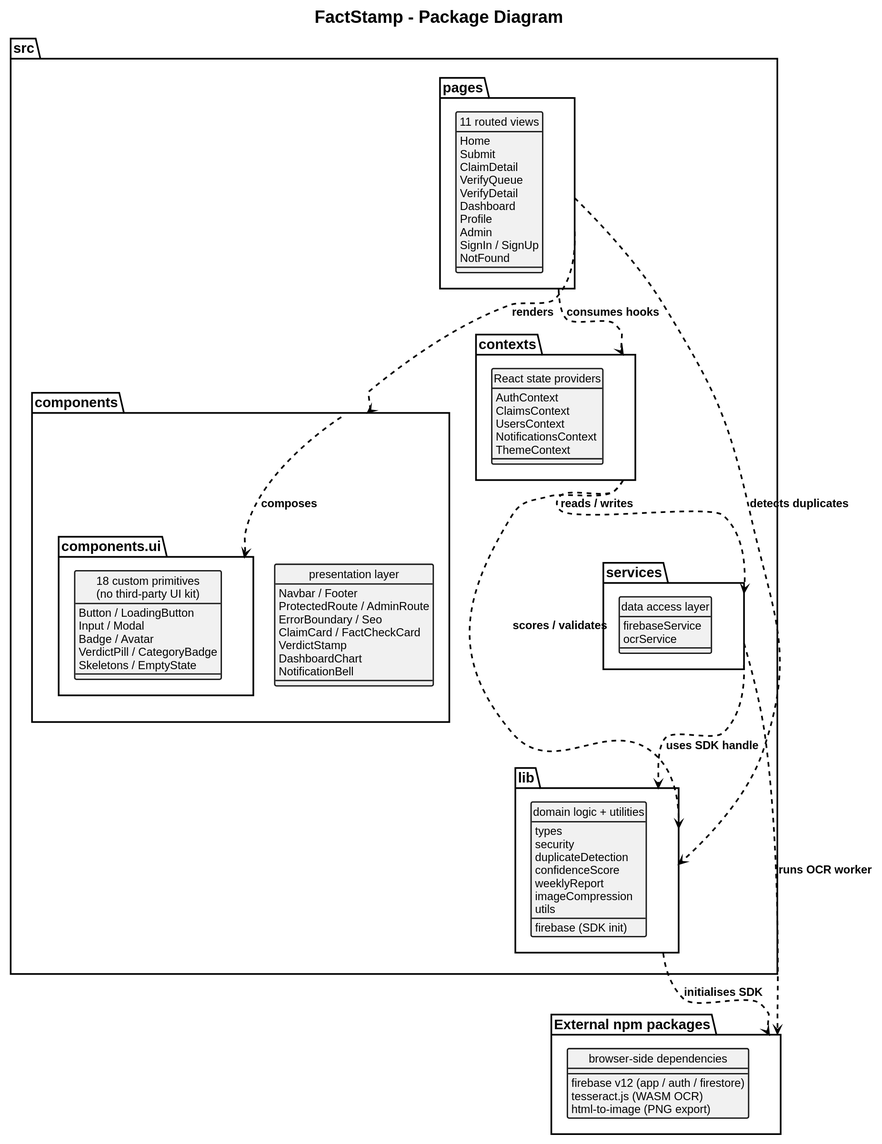
Before: FactStamp/main_blackbook/03_Requirements_and_Analysis/attachments/package_diagram.svg, a diagram exported from PlantUML (aadish0day/typst).
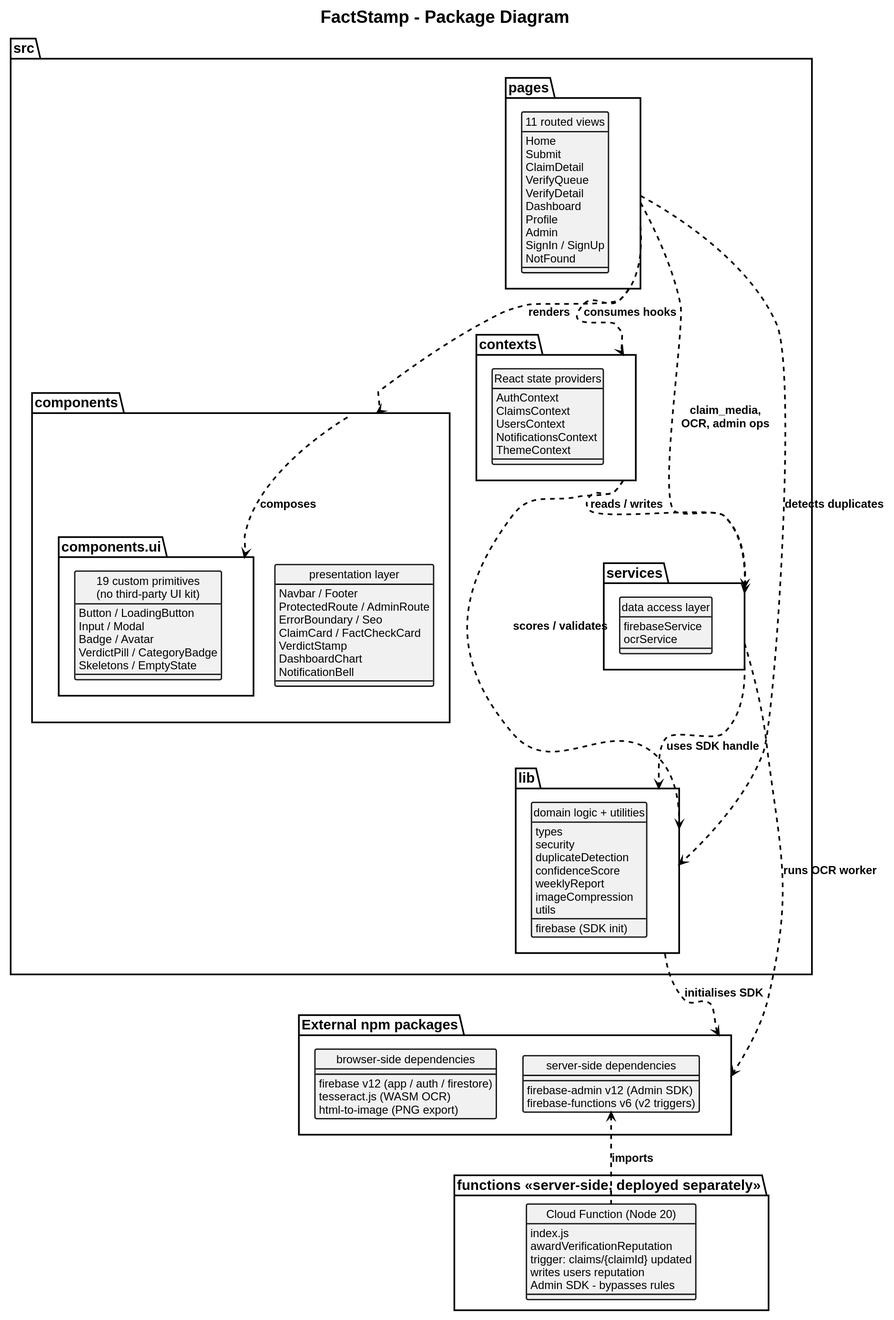
The same diagram one commit later.

Change to the diagram source:
```diff
@@ -64,7 +64,7 @@
       NotificationBell
     }
     package "components.ui" as UI {
-      class "18 custom primitives\n(no third-party UI kit)" as UIC {
+      class "19 custom primitives\n(no third-party UI kit)" as UIC {
         Button / LoadingButton
         Input / Modal
         Badge / Avatar
@@ -105,11 +105,25 @@
   }
 }
 
+package "functions  <<server-side, deployed separately>>" as FN {
+  class "Cloud Function (Node 20)" as FNC {
+    index.js
+    awardVerificationReputation
+    trigger: claims/{claimId} updated
+    writes users reputation
+    Admin SDK - bypasses rules
+  }
+}
+
 package "External npm packages" as EXT {
   class "browser-side dependencies" as EXTC {
     firebase v12 (app / auth / firestore)
     tesseract.js (WASM OCR)
     html-to-image (PNG export)
+  }
+  class "server-side dependencies" as EXTS {
+    firebase-admin v12 (Admin SDK)
+    firebase-functions v6 (v2 triggers)
   }
 }
 
@@ -122,4 +136,6 @@
 PAGES ..> LIB : detects duplicates
 LIB ..> EXT : initialises SDK
 SVC ..> EXT : runs OCR worker
+PAGES ..> SVC : claim_media,\nOCR, admin ops
+EXTS <.. FNC : imports
 @enduml
```
